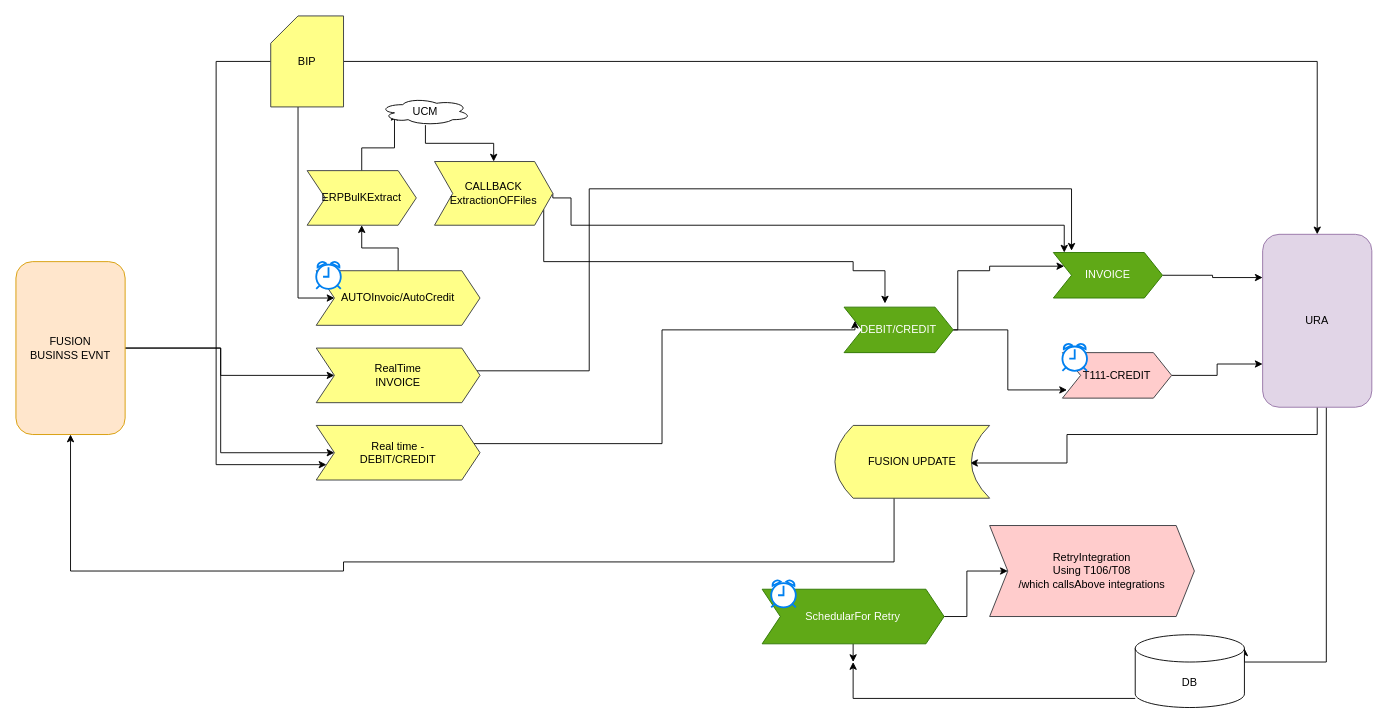
The draw.io diagram Untitled Diagram.drawio in anantwag19/Workspace, before the edit. Source tidied: cells renumbered, new cells numbered last; positions are measured from the earlier drawing's top-left corner, leaving out a move shared by most shapes. Both pictures are drawn from the tidied source at 91%, with x=0, y=0 at pixel (15, 15).
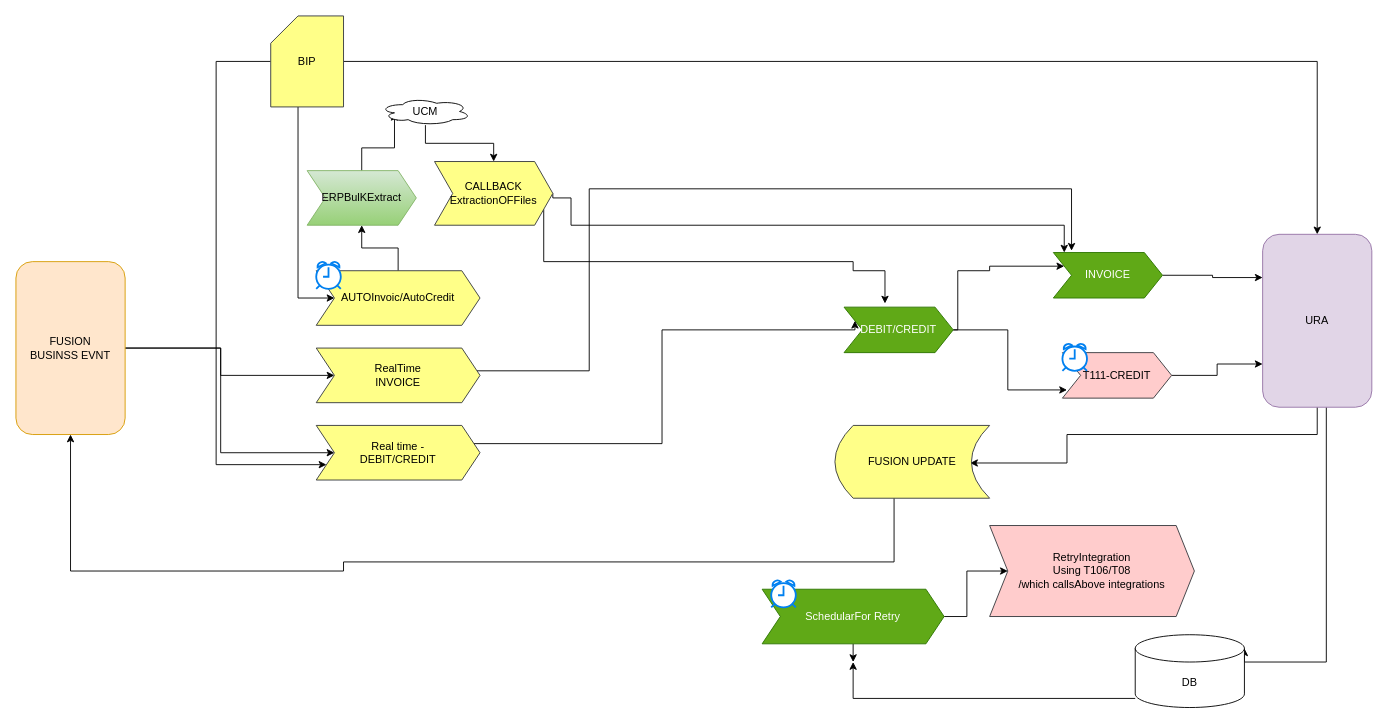
Above is the later version.

The edit, as a diff of the source:
```diff
@@
-    <mxCell id="37" value="ERPBulKExtract" style="shape=step;perimeter=stepPerimeter;whiteSpace=wrap;html=1;fixedSize=1;fillColor=#ffff88;strokeColor=#36393d;" parent="1" vertex="1">
+    <mxCell id="37" value="ERPBulKExtract" style="shape=step;perimeter=stepPerimeter;whiteSpace=wrap;html=1;fixedSize=1;fillColor=#d5e8d4;strokeColor=#82b366;gradientColor=#97d077;" parent="1" vertex="1">
       <mxGeometry x="320" y="170" width="120" height="60" as="geometry" />
     </mxCell>
```
